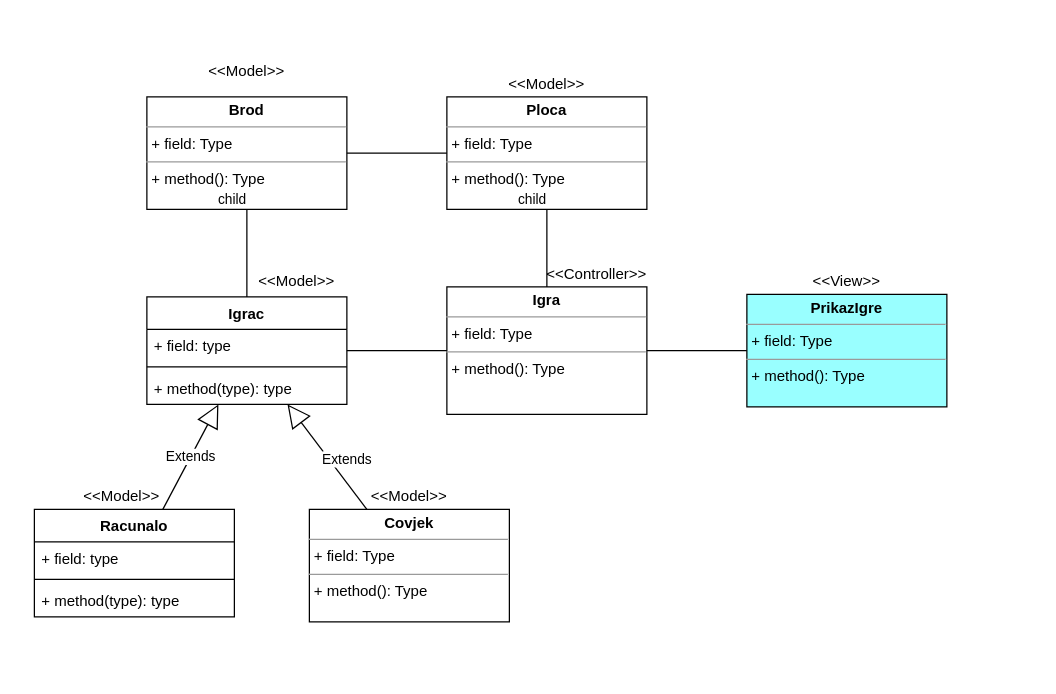
Above: page "Dijagram klasa arhitekture Battleship" (7 of 9) of Dijagram.drawio in LukaFarkas99/Battleship (draw.io), before the change. Source tidied: cells renumbered, new cells numbered last; positions are measured from the earlier drawing's top-left corner, leaving out a move shared by most shapes. Both pictures are drawn from the tidied source at 125%, with x=0, y=0 at pixel (34, 59).
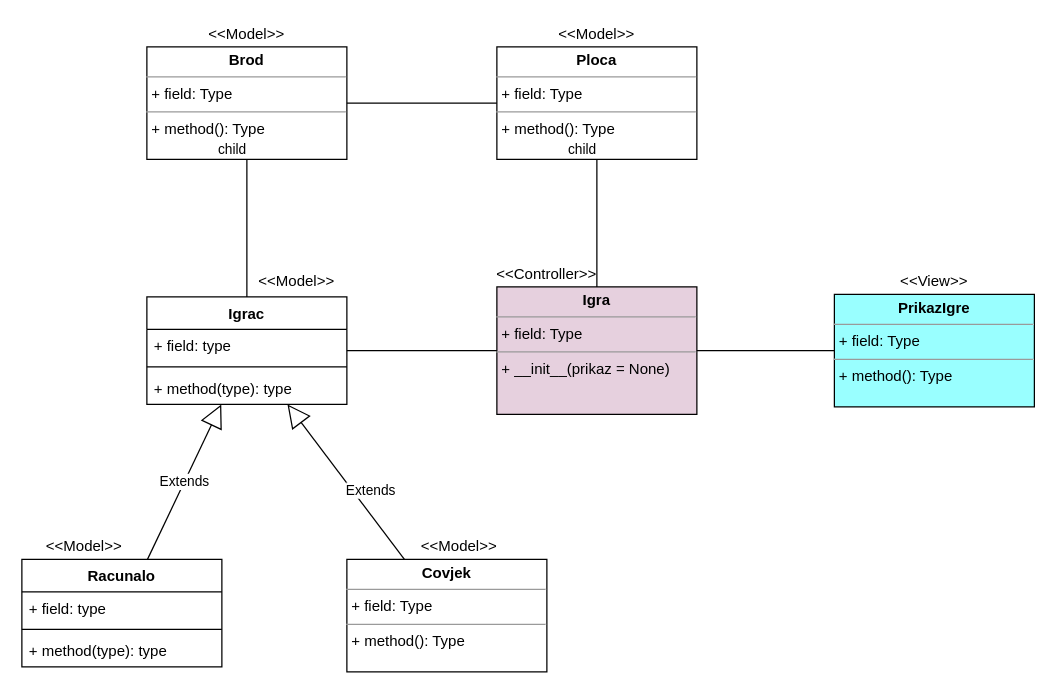
The same diagram, later.

Change to the diagram source:
```diff
@@
     <mxCell id="2" value="&lt;p style=&quot;margin: 0px ; margin-top: 4px ; text-align: center&quot;&gt;&lt;b&gt;Brod&lt;/b&gt;&lt;/p&gt;&lt;hr size=&quot;1&quot;&gt;&lt;p style=&quot;margin: 0px ; margin-left: 4px&quot;&gt;+ field: Type&lt;/p&gt;&lt;hr size=&quot;1&quot;&gt;&lt;p style=&quot;margin: 0px ; margin-left: 4px&quot;&gt;+ method(): Type&lt;/p&gt;" style="verticalAlign=top;align=left;overflow=fill;fontSize=12;fontFamily=Helvetica;html=1;" parent="1" vertex="1">
-      <mxGeometry x="90" y="30" width="160" height="90" as="geometry" />
+      <mxGeometry x="90" y="-10" width="160" height="90" as="geometry" />
     </mxCell>
@@
     <mxCell id="7" value="Racunalo" style="swimlane;fontStyle=1;align=center;verticalAlign=top;horizontal=1;startSize=26;" parent="1" vertex="1">
-      <mxGeometry y="360" width="160" height="86" as="geometry" />
+      <mxGeometry x="-10" y="400" width="160" height="86" as="geometry" />
     </mxCell>
@@
     <mxCell id="11" value="&lt;p style=&quot;margin: 0px ; margin-top: 4px ; text-align: center&quot;&gt;&lt;b&gt;Covjek&lt;/b&gt;&lt;/p&gt;&lt;hr size=&quot;1&quot;&gt;&lt;p style=&quot;margin: 0px ; margin-left: 4px&quot;&gt;+ field: Type&lt;/p&gt;&lt;hr size=&quot;1&quot;&gt;&lt;p style=&quot;margin: 0px ; margin-left: 4px&quot;&gt;+ method(): Type&lt;/p&gt;" style="verticalAlign=top;align=left;overflow=fill;fontSize=12;fontFamily=Helvetica;html=1;" parent="1" vertex="1">
-      <mxGeometry x="220" y="360" width="160" height="90" as="geometry" />
+      <mxGeometry x="250" y="400" width="160" height="90" as="geometry" />
     </mxCell>
@@
-    <mxCell id="14" value="&lt;p style=&quot;margin: 0px ; margin-top: 4px ; text-align: center&quot;&gt;&lt;b&gt;Igra&lt;/b&gt;&lt;/p&gt;&lt;hr size=&quot;1&quot;&gt;&lt;p style=&quot;margin: 0px ; margin-left: 4px&quot;&gt;+ field: Type&lt;/p&gt;&lt;hr size=&quot;1&quot;&gt;&lt;p style=&quot;margin: 0px ; margin-left: 4px&quot;&gt;+ method(): Type&lt;/p&gt;" style="verticalAlign=top;align=left;overflow=fill;fontSize=12;fontFamily=Helvetica;html=1;" parent="1" vertex="1">
-      <mxGeometry x="330" y="182" width="160" height="102" as="geometry" />
+    <mxCell id="14" value="&lt;p style=&quot;margin: 0px ; margin-top: 4px ; text-align: center&quot;&gt;&lt;b&gt;Igra&lt;/b&gt;&lt;/p&gt;&lt;hr size=&quot;1&quot;&gt;&lt;p style=&quot;margin: 0px ; margin-left: 4px&quot;&gt;+ field: Type&lt;/p&gt;&lt;hr size=&quot;1&quot;&gt;&lt;p style=&quot;margin: 0px ; margin-left: 4px&quot;&gt;+ __init__(prikaz = None)&lt;/p&gt;" style="verticalAlign=top;align=left;overflow=fill;fontSize=12;fontFamily=Helvetica;html=1;fillColor=#E6D0DE;" parent="1" vertex="1">
+      <mxGeometry x="370" y="182" width="160" height="102" as="geometry" />
     </mxCell>
@@
     <mxCell id="18" value="&lt;p style=&quot;margin: 0px ; margin-top: 4px ; text-align: center&quot;&gt;&lt;b&gt;Ploca&lt;/b&gt;&lt;/p&gt;&lt;hr size=&quot;1&quot;&gt;&lt;p style=&quot;margin: 0px ; margin-left: 4px&quot;&gt;+ field: Type&lt;/p&gt;&lt;hr size=&quot;1&quot;&gt;&lt;p style=&quot;margin: 0px ; margin-left: 4px&quot;&gt;+ method(): Type&lt;/p&gt;" style="verticalAlign=top;align=left;overflow=fill;fontSize=12;fontFamily=Helvetica;html=1;" parent="1" vertex="1">
-      <mxGeometry x="330" y="30" width="160" height="90" as="geometry" />
+      <mxGeometry x="370" y="-10" width="160" height="90" as="geometry" />
     </mxCell>
@@
     <mxCell id="22" value="&lt;p style=&quot;margin: 0px ; margin-top: 4px ; text-align: center&quot;&gt;&lt;b&gt;PrikazIgre&lt;/b&gt;&lt;/p&gt;&lt;hr size=&quot;1&quot;&gt;&lt;p style=&quot;margin: 0px ; margin-left: 4px&quot;&gt;+ field: Type&lt;/p&gt;&lt;hr size=&quot;1&quot;&gt;&lt;p style=&quot;margin: 0px ; margin-left: 4px&quot;&gt;+ method(): Type&lt;/p&gt;" style="verticalAlign=top;align=left;overflow=fill;fontSize=12;fontFamily=Helvetica;html=1;fillColor=#99FFFF;" parent="1" vertex="1">
-      <mxGeometry x="570" y="188" width="160" height="90" as="geometry" />
+      <mxGeometry x="640" y="188" width="160" height="90" as="geometry" />
     </mxCell>
@@
     <mxCell id="24" value="&amp;lt;&amp;lt;Model&amp;gt;&amp;gt;" style="text;html=1;strokeColor=none;fillColor=none;align=center;verticalAlign=middle;whiteSpace=wrap;rounded=0;" parent="1" vertex="1">
-      <mxGeometry x="150" width="40" height="20" as="geometry" />
+      <mxGeometry x="150" y="-30" width="40" height="20" as="geometry" />
     </mxCell>
     <mxCell id="25" value="&amp;lt;&amp;lt;Model&amp;gt;&amp;gt;" style="text;html=1;strokeColor=none;fillColor=none;align=center;verticalAlign=middle;whiteSpace=wrap;rounded=0;" parent="1" vertex="1">
-      <mxGeometry x="390" y="10" width="40" height="20" as="geometry" />
+      <mxGeometry x="430" y="-30" width="40" height="20" as="geometry" />
     </mxCell>
@@
     <mxCell id="27" value="&amp;lt;&amp;lt;Model&amp;gt;&amp;gt;" style="text;html=1;strokeColor=none;fillColor=none;align=center;verticalAlign=middle;whiteSpace=wrap;rounded=0;" parent="1" vertex="1">
-      <mxGeometry x="50" y="340" width="40" height="20" as="geometry" />
+      <mxGeometry x="20" y="380" width="40" height="20" as="geometry" />
     </mxCell>
     <mxCell id="28" value="&amp;lt;&amp;lt;Model&amp;gt;&amp;gt;" style="text;html=1;strokeColor=none;fillColor=none;align=center;verticalAlign=middle;whiteSpace=wrap;rounded=0;" parent="1" vertex="1">
-      <mxGeometry x="280" y="340" width="40" height="20" as="geometry" />
+      <mxGeometry x="320" y="380" width="40" height="20" as="geometry" />
     </mxCell>
     <mxCell id="29" value="&amp;lt;&amp;lt;Controller&amp;gt;&amp;gt;" style="text;html=1;strokeColor=none;fillColor=none;align=center;verticalAlign=middle;whiteSpace=wrap;rounded=0;" parent="1" vertex="1">
-      <mxGeometry x="430" y="162" width="40" height="20" as="geometry" />
+      <mxGeometry x="390" y="162" width="40" height="20" as="geometry" />
     </mxCell>
     <mxCell id="30" value="&amp;lt;&amp;lt;View&amp;gt;&amp;gt;" style="text;html=1;strokeColor=none;fillColor=none;align=center;verticalAlign=middle;whiteSpace=wrap;rounded=0;" parent="1" vertex="1">
-      <mxGeometry x="630" y="168" width="40" height="20" as="geometry" />
+      <mxGeometry x="700" y="168" width="40" height="20" as="geometry" />
     </mxCell>
```
